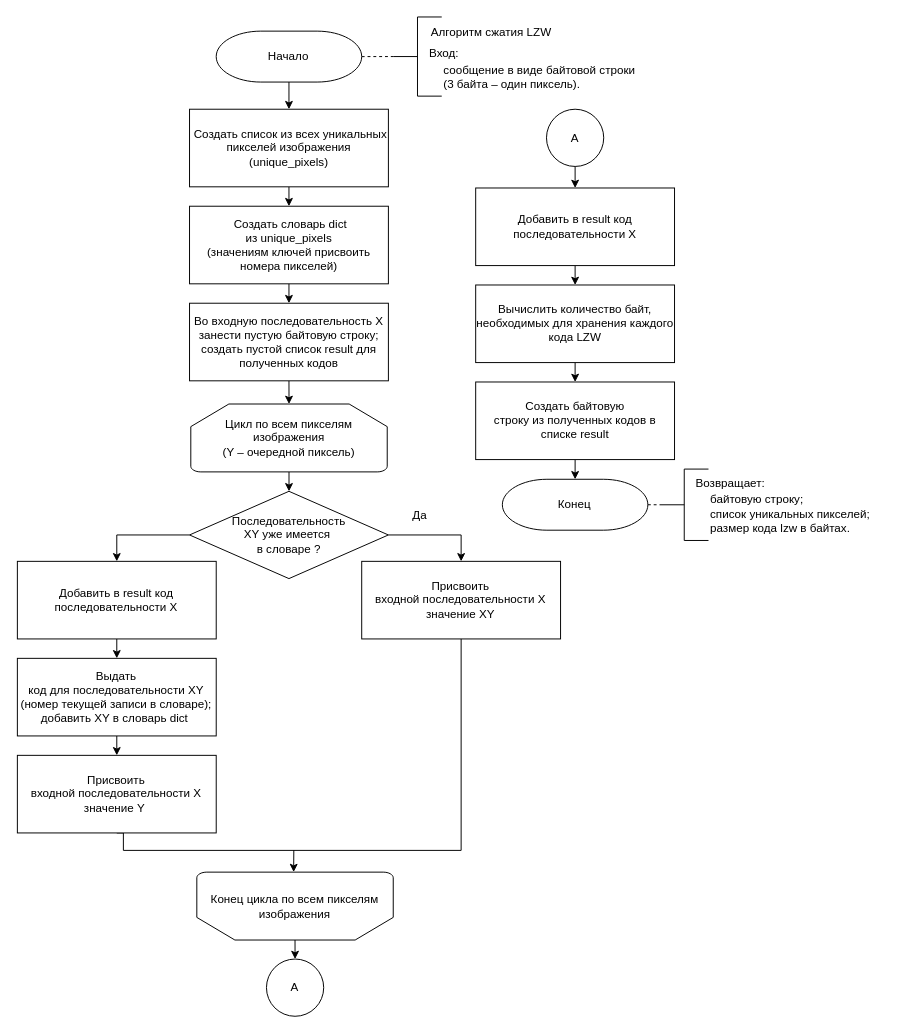
Above: docs/schemes/lzw.drawio in kovkir/bmstu-magistracy-diploma (draw.io), before the change. Source tidied: cells renumbered, new cells numbered last; positions are measured from the earlier drawing's top-left corner, leaving out a move shared by most shapes. Both pictures are drawn from the tidied source at 97%, with x=0, y=0 at pixel (16, 16).
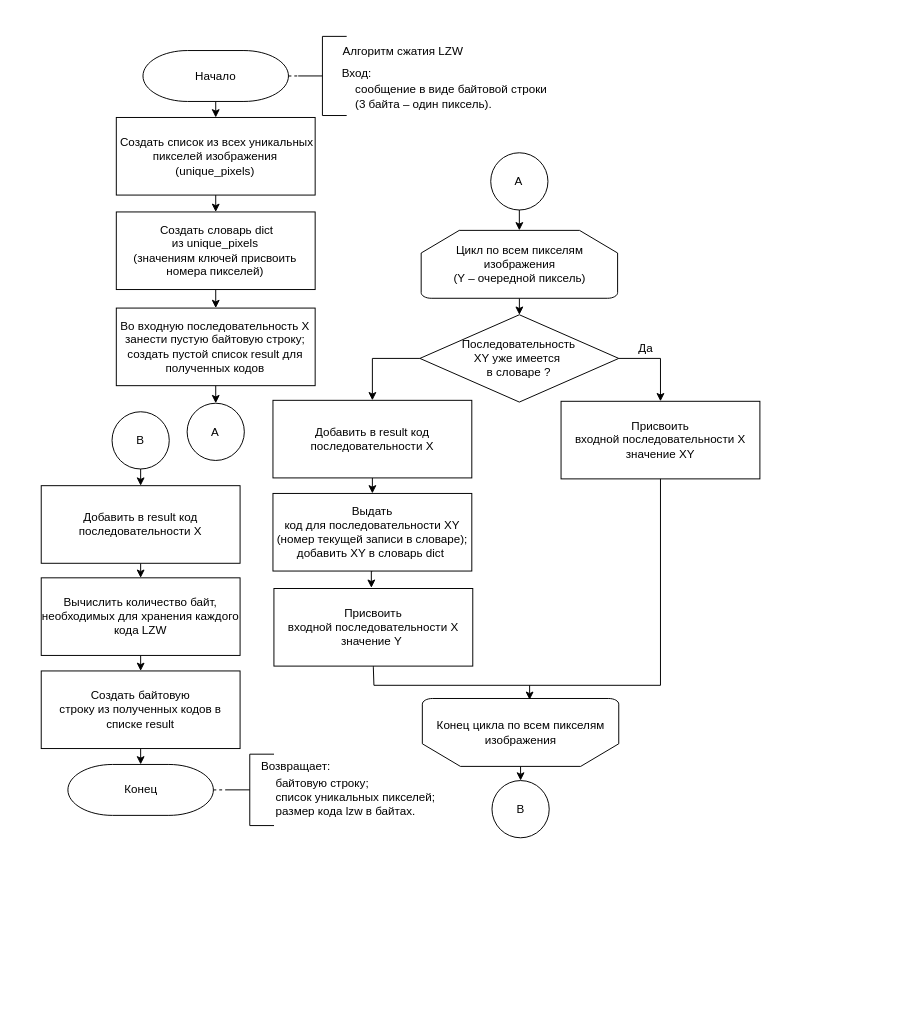
The same page after the edit.

Diff of the diagram source:
```diff
@@
     <mxCell id="4" value="Начало" style="strokeWidth=1;html=1;shape=mxgraph.flowchart.terminator;whiteSpace=wrap;strokeColor=default;gradientColor=none;" parent="1" vertex="1">
-      <mxGeometry x="205.4" y="14.6" width="150" height="52.5" as="geometry" />
+      <mxGeometry x="129.9" y="34.6" width="150" height="52.5" as="geometry" />
     </mxCell>
     <mxCell id="5" style="strokeWidth=1;html=1;shape=mxgraph.flowchart.annotation_2;align=left;labelPosition=right;strokeColor=default;fontSize=13;gradientColor=none;" parent="1" vertex="1">
-      <mxGeometry x="387.9" width="50" height="81.6" as="geometry" />
+      <mxGeometry x="289.9" y="20" width="50" height="81.6" as="geometry" />
     </mxCell>
     <mxCell id="6" value="&lt;span style=&quot;font-size: 12px;&quot;&gt;&lt;font style=&quot;color: rgb(0, 0, 0);&quot;&gt;Алгоритм сжатия LZW&lt;/font&gt;&lt;/span&gt;" style="text;html=1;align=left;verticalAlign=middle;strokeColor=none;fillColor=none;fontSize=13;strokeWidth=1;" parent="1" vertex="1">
-      <mxGeometry x="424.9" width="150" height="30" as="geometry" />
+      <mxGeometry x="334.4" y="20" width="150" height="30" as="geometry" />
     </mxCell>
     <mxCell id="7" value="Вход:" style="text;html=1;align=center;verticalAlign=middle;strokeColor=none;fillColor=none;fontSize=12;" parent="1" vertex="1">
-      <mxGeometry x="415.4" y="23.1" width="50" height="30" as="geometry" />
+      <mxGeometry x="324.9" y="43.1" width="50" height="30" as="geometry" />
     </mxCell>
     <mxCell id="8" value="&lt;font&gt;&lt;font style=&quot;color: rgb(0, 0, 0);&quot;&gt;сообщение в виде&amp;nbsp;&lt;/font&gt;&lt;span style=&quot;background-color: transparent;&quot;&gt;&lt;font style=&quot;color: rgb(0, 0, 0);&quot;&gt;байтовой строки&lt;/font&gt;&lt;/span&gt;&lt;/font&gt;&lt;div&gt;&lt;span style=&quot;background-color: transparent;&quot;&gt;&lt;font style=&quot;color: rgb(0, 0, 0);&quot;&gt;(3 байта – один пиксель).&lt;/font&gt;&lt;/span&gt;&lt;/div&gt;" style="text;html=1;align=left;verticalAlign=middle;strokeColor=none;fillColor=none;fontSize=12;" parent="1" vertex="1">
-      <mxGeometry x="437.9" y="41.6" width="230" height="40" as="geometry" />
+      <mxGeometry x="347.4" y="61.6" width="230" height="40" as="geometry" />
     </mxCell>
@@
     <mxCell id="10" value="&amp;nbsp;Создать словарь dict из&amp;nbsp;&lt;span style=&quot;color: rgb(0, 0, 0);&quot;&gt;unique_pixels&lt;/span&gt;&lt;div&gt;&lt;font style=&quot;color: rgb(0, 0, 0);&quot;&gt;(значениям ключей присвоить номера пикселей)&lt;/font&gt;&lt;/div&gt;" style="rounded=0;whiteSpace=wrap;html=1;strokeColor=default;strokeWidth=1;fontSize=12;gradientColor=none;" parent="1" vertex="1">
-      <mxGeometry x="177.9" y="195.1" width="205" height="80" as="geometry" />
+      <mxGeometry x="102.4" y="201" width="205" height="80" as="geometry" />
     </mxCell>
@@
     <mxCell id="12" value="&lt;span style=&quot;color: rgb(0, 0, 0);&quot;&gt;Добавить в result код последовательности X&lt;/span&gt;" style="rounded=0;whiteSpace=wrap;html=1;strokeColor=default;strokeWidth=1;fontSize=12;gradientColor=none;" parent="1" vertex="1">
-      <mxGeometry x="472.9" y="176.3" width="205" height="80" as="geometry" />
+      <mxGeometry x="25" y="483.2" width="205" height="80" as="geometry" />
     </mxCell>
@@
     <mxCell id="15" value="&lt;span style=&quot;color: rgb(0, 0, 0);&quot;&gt;Последовательность&lt;/span&gt;&lt;div&gt;&lt;font style=&quot;color: rgb(0, 0, 0);&quot;&gt;XY уже имеется&amp;nbsp;&lt;/font&gt;&lt;/div&gt;&lt;div&gt;&lt;font style=&quot;color: rgb(0, 0, 0);&quot;&gt;в словаре ?&lt;/font&gt;&lt;/div&gt;" style="rhombus;whiteSpace=wrap;html=1;" parent="1" vertex="1">
-      <mxGeometry x="177.9" y="489" width="205" height="90" as="geometry" />
+      <mxGeometry x="415.4" y="307" width="205" height="90" as="geometry" />
     </mxCell>
     <mxCell id="16" value="Присвоить входной&amp;nbsp;&lt;span style=&quot;color: rgb(0, 0, 0);&quot;&gt;последовательности&lt;/span&gt;&amp;nbsp;X значение XY" style="rounded=0;whiteSpace=wrap;html=1;strokeColor=default;strokeWidth=1;fontSize=12;gradientColor=none;" parent="1" vertex="1">
-      <mxGeometry x="355.4" y="561.2" width="205" height="80" as="geometry" />
+      <mxGeometry x="560.9" y="396.2" width="205" height="80" as="geometry" />
     </mxCell>
-    <mxCell id="17" style="edgeStyle=orthogonalEdgeStyle;rounded=0;html=1;exitX=0.5;exitY=1;exitDx=0;exitDy=0;endArrow=classic;endFill=1;" parent="1" edge="1" source="18" target="20">
+    <mxCell id="17" style="edgeStyle=orthogonalEdgeStyle;rounded=0;html=1;exitX=0.5;exitY=1;exitDx=0;exitDy=0;endArrow=classic;endFill=1;entryX=0.49;entryY=-0.009;entryDx=0;entryDy=0;entryPerimeter=0;" parent="1" edge="1" source="18" target="20">
       <mxGeometry relative="1" as="geometry" />
     </mxCell>
     <mxCell id="18" value="&lt;font style=&quot;color: rgb(0, 0, 0);&quot;&gt;Выдать код&amp;nbsp;&lt;/font&gt;&lt;span style=&quot;background-color: transparent;&quot;&gt;для&amp;nbsp;&lt;/span&gt;&lt;span style=&quot;color: rgb(0, 0, 0);&quot;&gt;последовательности&lt;/span&gt;&lt;span style=&quot;background-color: transparent;&quot;&gt;&amp;nbsp;XY&lt;/span&gt;&lt;div&gt;&lt;span style=&quot;background-color: transparent;&quot;&gt;&lt;font style=&quot;color: rgb(0, 0, 0);&quot;&gt;(номер текущей записи в словаре);&lt;/font&gt;&lt;/span&gt;&lt;div&gt;&lt;div&gt;&lt;div&gt;&lt;font style=&quot;color: rgb(0, 0, 0);&quot;&gt;добавить XY в словарь dict&amp;nbsp;&lt;/font&gt;&lt;/div&gt;&lt;/div&gt;&lt;/div&gt;&lt;/div&gt;" style="rounded=0;whiteSpace=wrap;html=1;strokeColor=default;strokeWidth=1;fontSize=12;gradientColor=none;" parent="1" vertex="1">
-      <mxGeometry x="0.4" y="661.2" width="205" height="80" as="geometry" />
+      <mxGeometry x="263.9" y="491.2" width="205" height="80" as="geometry" />
     </mxCell>
-    <mxCell id="19" style="edgeStyle=orthogonalEdgeStyle;rounded=0;html=1;exitX=0.5;exitY=1;exitDx=0;exitDy=0;entryX=0.5;entryY=1;entryDx=0;entryDy=0;endArrow=none;endFill=0;" parent="1" edge="1" source="20" target="16">
+    <mxCell id="19" style="edgeStyle=orthogonalEdgeStyle;rounded=0;html=1;exitX=0.5;exitY=1;exitDx=0;exitDy=0;endArrow=none;endFill=0;entryX=0.5;entryY=1;entryDx=0;entryDy=0;" parent="1" edge="1" source="20" target="16">
       <mxGeometry relative="1" as="geometry">
         <Array as="points">
-          <mxPoint x="109.7" y="859.2" />
-          <mxPoint x="457.7" y="859.2" />
+          <mxPoint x="368" y="671" />
+          <mxPoint x="368" y="689" />
+          <mxPoint x="673" y="689" />
         </Array>
       </mxGeometry>
     </mxCell>
     <mxCell id="20" value="Присвоить входной&amp;nbsp;&lt;span style=&quot;color: rgb(0, 0, 0);&quot;&gt;последовательности&lt;/span&gt;&amp;nbsp;X значение Y&amp;nbsp;" style="rounded=0;whiteSpace=wrap;html=1;strokeColor=default;strokeWidth=1;fontSize=12;gradientColor=none;" parent="1" vertex="1">
-      <mxGeometry x="0.4" y="761.2" width="205" height="80" as="geometry" />
+      <mxGeometry x="264.9" y="589.2" width="205" height="80" as="geometry" />
     </mxCell>
@@
     <mxCell id="22" value="Вычислить количество байт, необходимых для хранения каждого кода LZW" style="rounded=0;whiteSpace=wrap;html=1;strokeColor=default;strokeWidth=1;fontSize=12;gradientColor=none;" parent="1" vertex="1">
-      <mxGeometry x="472.9" y="276.3" width="205" height="80" as="geometry" />
+      <mxGeometry x="25" y="578.2" width="205" height="80" as="geometry" />
     </mxCell>
     <mxCell id="23" value="Конец" style="strokeWidth=1;html=1;shape=mxgraph.flowchart.terminator;whiteSpace=wrap;strokeColor=default;gradientColor=none;" parent="1" vertex="1">
-      <mxGeometry x="500.4" y="476.6" width="150" height="52.5" as="geometry" />
+      <mxGeometry x="52.5" y="770.6" width="150" height="52.5" as="geometry" />
     </mxCell>
@@
     <mxCell id="25" style="strokeWidth=1;html=1;shape=mxgraph.flowchart.annotation_2;align=left;labelPosition=right;strokeColor=default;fontSize=13;gradientColor=none;" parent="1" vertex="1">
-      <mxGeometry x="662.9" y="466.1" width="50" height="73.6" as="geometry" />
+      <mxGeometry x="215" y="760" width="50" height="73.6" as="geometry" />
     </mxCell>
     <mxCell id="26" value="Возвращает:" style="text;html=1;align=left;verticalAlign=middle;strokeColor=none;fillColor=none;fontSize=12;" parent="1" vertex="1">
-      <mxGeometry x="697.9" y="466.1" width="100" height="30" as="geometry" />
+      <mxGeometry x="250.4" y="758.2" width="100" height="30" as="geometry" />
     </mxCell>
     <mxCell id="27" value="&lt;br&gt;байтовую строку;&lt;div&gt;&lt;font style=&quot;color: rgb(0, 0, 0);&quot;&gt;список уникальных пикселей;&lt;/font&gt;&lt;/div&gt;&lt;div&gt;&lt;font style=&quot;color: rgb(0, 0, 0);&quot;&gt;размер кода lzw в байтах.&lt;/font&gt;&lt;/div&gt;" style="text;html=1;align=left;verticalAlign=middle;strokeColor=none;fillColor=none;fontSize=12;" parent="1" vertex="1">
-      <mxGeometry x="712.9" y="469.7" width="190" height="70" as="geometry" />
+      <mxGeometry x="265.4" y="761.9" width="190" height="70" as="geometry" />
     </mxCell>
     <mxCell id="28" value="Да" style="text;html=1;align=center;verticalAlign=middle;strokeColor=none;fillColor=none;" parent="1" vertex="1">
-      <mxGeometry x="395.4" y="499" width="40" height="30" as="geometry" />
+      <mxGeometry x="627.9" y="327" width="40" height="30" as="geometry" />
     </mxCell>
@@
     <mxCell id="30" value="&amp;nbsp;Создать список из всех уникальных пикселей изображения (unique_pixels)" style="rounded=0;whiteSpace=wrap;html=1;strokeColor=default;strokeWidth=1;fontSize=12;gradientColor=none;" parent="1" vertex="1">
-      <mxGeometry x="177.9" y="95.1" width="205" height="80" as="geometry" />
+      <mxGeometry x="102.4" y="103.6" width="205" height="80" as="geometry" />
     </mxCell>
@@
     <mxCell id="32" value="&lt;div&gt;&lt;span style=&quot;color: rgb(0, 0, 0); background-color: transparent;&quot;&gt;Создать байтовую&lt;/span&gt;&lt;/div&gt;&lt;div&gt;&lt;span style=&quot;color: rgb(0, 0, 0);&quot;&gt;строку из полученных кодов в списке result&lt;/span&gt;&lt;/div&gt;" style="rounded=0;whiteSpace=wrap;html=1;strokeColor=default;strokeWidth=1;fontSize=12;gradientColor=none;" parent="1" vertex="1">
-      <mxGeometry x="472.9" y="376.3" width="205" height="80" as="geometry" />
+      <mxGeometry x="25" y="674.2" width="205" height="80" as="geometry" />
     </mxCell>
@@
     <mxCell id="34" value="Цикл по всем пикселям изображения&lt;div&gt;&lt;font style=&quot;color: rgb(0, 0, 0);&quot;&gt;(Y – очередной пиксель)&lt;/font&gt;&lt;/div&gt;" style="strokeWidth=1;html=1;shape=mxgraph.flowchart.loop_limit;whiteSpace=wrap;" parent="1" vertex="1">
-      <mxGeometry x="179.2" y="399" width="202.5" height="70" as="geometry" />
+      <mxGeometry x="416.7" y="220" width="202.5" height="70" as="geometry" />
     </mxCell>
-    <mxCell id="35" style="edgeStyle=none;html=1;exitX=0.5;exitY=1;exitDx=0;exitDy=0;entryX=0.5;entryY=0;entryDx=0;entryDy=0;entryPerimeter=0;" parent="1" edge="1" source="36" target="34">
+    <mxCell id="35" style="edgeStyle=none;html=1;exitX=0.5;exitY=1;exitDx=0;exitDy=0;entryX=0;entryY=0.5;entryDx=0;entryDy=0;" parent="1" edge="1" source="36" target="47">
       <mxGeometry relative="1" as="geometry" />
     </mxCell>
     <mxCell id="36" value="&lt;span style=&quot;background-color: transparent;&quot;&gt;&lt;font style=&quot;color: rgb(0, 0, 0);&quot;&gt;Во входную&amp;nbsp;&lt;/font&gt;&lt;/span&gt;&lt;span style=&quot;color: rgb(0, 0, 0);&quot;&gt;последовательность&lt;/span&gt;&lt;span style=&quot;background-color: transparent;&quot;&gt;&lt;font style=&quot;color: rgb(0, 0, 0);&quot;&gt;&amp;nbsp;X занести пустую байтовую строку;&lt;/font&gt;&lt;/span&gt;&lt;div&gt;&lt;font style=&quot;color: rgb(0, 0, 0);&quot;&gt;создать пустой список result для полученных кодов&lt;/font&gt;&lt;/div&gt;" style="rounded=0;whiteSpace=wrap;html=1;strokeColor=default;strokeWidth=1;fontSize=12;gradientColor=none;" parent="1" vertex="1">
-      <mxGeometry x="177.9" y="295.1" width="205" height="80" as="geometry" />
+      <mxGeometry x="102.4" y="300.1" width="205" height="80" as="geometry" />
     </mxCell>
@@
     <mxCell id="38" value="Добавить в result код последовательности X" style="rounded=0;whiteSpace=wrap;html=1;strokeColor=default;strokeWidth=1;fontSize=12;gradientColor=none;" parent="1" vertex="1">
-      <mxGeometry x="0.4" y="561.2" width="205" height="80" as="geometry" />
+      <mxGeometry x="263.9" y="395.2" width="205" height="80" as="geometry" />
     </mxCell>
@@
     <mxCell id="40" value="Конец цикла по всем пикселям изображения" style="strokeWidth=1;html=1;shape=mxgraph.flowchart.loop_limit;whiteSpace=wrap;direction=west;" parent="1" vertex="1">
-      <mxGeometry x="185.4" y="881.6" width="202.5" height="70" as="geometry" />
+      <mxGeometry x="417.9" y="702.6" width="202.5" height="70" as="geometry" />
     </mxCell>
-    <mxCell id="41" style="edgeStyle=none;html=1;entryX=0.507;entryY=1.001;entryDx=0;entryDy=0;entryPerimeter=0;" parent="1" edge="1" target="40">
+    <mxCell id="41" style="edgeStyle=none;html=1;" parent="1" edge="1">
       <mxGeometry relative="1" as="geometry">
-        <mxPoint x="285.4" y="859" as="sourcePoint" />
+        <mxPoint x="528.5" y="689" as="sourcePoint" />
+        <mxPoint x="528.5" y="704" as="targetPoint" />
       </mxGeometry>
     </mxCell>
-    <mxCell id="42" value="А" style="ellipse;whiteSpace=wrap;html=1;" parent="1" vertex="1">
-      <mxGeometry x="257.2" y="971.2" width="59" height="59" as="geometry" />
+    <mxCell id="42" value="B" style="ellipse;whiteSpace=wrap;html=1;" parent="1" vertex="1">
+      <mxGeometry x="489.7" y="787.2" width="59" height="59" as="geometry" />
     </mxCell>
@@
-    <mxCell id="44" value="А" style="ellipse;whiteSpace=wrap;html=1;" parent="1" vertex="1">
-      <mxGeometry x="545.9" y="95.1" width="59" height="59" as="geometry" />
+    <mxCell id="44" value="B" style="ellipse;whiteSpace=wrap;html=1;" parent="1" vertex="1">
+      <mxGeometry x="98" y="407" width="59" height="59" as="geometry" />
     </mxCell>
+    <mxCell id="45" style="edgeStyle=none;html=1;exitX=0.5;exitY=1;exitDx=0;exitDy=0;" parent="1" edge="1" source="46" target="34">
+      <mxGeometry relative="1" as="geometry" />
+    </mxCell>
+    <mxCell id="46" value="А" style="ellipse;whiteSpace=wrap;html=1;" parent="1" vertex="1">
+      <mxGeometry x="488.4" y="140" width="59" height="59" as="geometry" />
+    </mxCell>
+    <mxCell id="47" value="А" style="ellipse;whiteSpace=wrap;html=1;direction=south;" parent="1" vertex="1">
+      <mxGeometry x="175.4" y="398.2" width="59" height="59" as="geometry" />
+    </mxCell>
```
